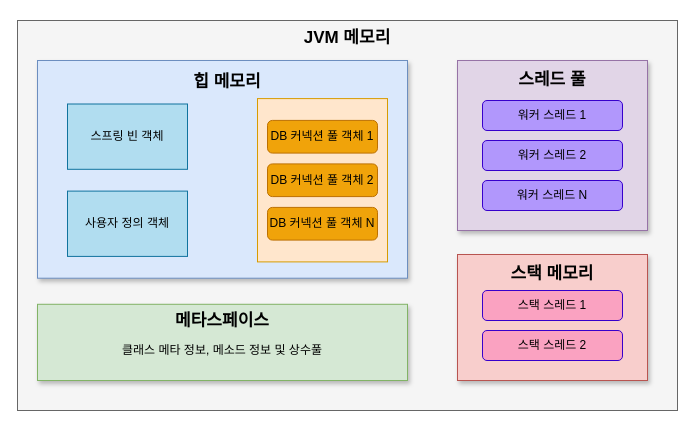
TreeStone94/drawio keeps this draw.io diagram as architecture/spring-memory.drawio. Above is the earlier version. Source tidied: cells renumbered, new cells numbered last; positions are measured from the earlier drawing's top-left corner, leaving out a move shared by most shapes. Both pictures are drawn from the tidied source at 100%, with x=0, y=0 at pixel (17, 16).
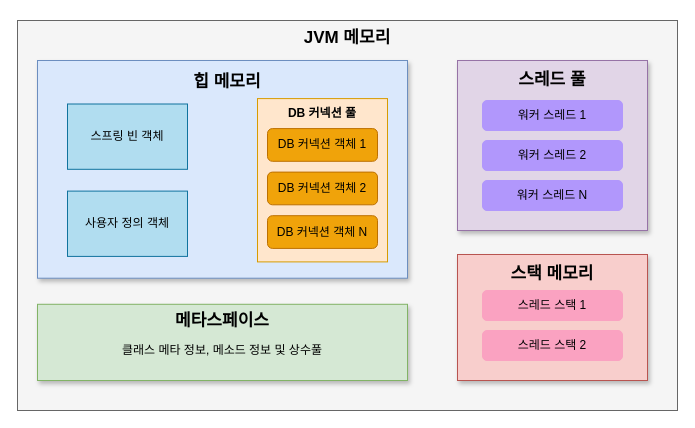
The same page after the edit.

Unchanged cells that the change refers to:
```xml
<mxCell id="3" style="group;" parent="1" vertex="1">
  <mxGeometry x="20" y="44" width="370" height="320" as="geometry" />
</mxCell>
```

Diff of the diagram source:
```diff
@@
     <mxCell id="8" style="group;" parent="3" vertex="1">
-      <mxGeometry x="220" y="38.1" width="130" height="163.3" as="geometry" />
+      <mxGeometry x="220" y="38.1" width="140" height="163.3" as="geometry" />
     </mxCell>
@@
-    <mxCell id="10" value="DB 커넥션 풀 객체 1" style="rounded=1;whiteSpace=wrap;html=1;fillColor=#f0a30a;fontColor=#000000;strokeColor=#BD7000;" parent="8" vertex="1">
-      <mxGeometry x="10" y="21.8" width="110" height="32.7" as="geometry" />
+    <mxCell id="10" value="DB 커넥션 객체 1" style="rounded=1;whiteSpace=wrap;html=1;fillColor=#f0a30a;fontColor=#000000;strokeColor=#BD7000;" parent="8" vertex="1">
+      <mxGeometry x="10" y="30" width="110" height="32.7" as="geometry" />
     </mxCell>
-    <mxCell id="11" value="DB 커넥션 풀 객체 2" style="rounded=1;whiteSpace=wrap;html=1;fillColor=#f0a30a;fontColor=#000000;strokeColor=#BD7000;" parent="8" vertex="1">
-      <mxGeometry x="10" y="65.3" width="110" height="32.7" as="geometry" />
+    <mxCell id="11" value="DB 커넥션 객체 2" style="rounded=1;whiteSpace=wrap;html=1;fillColor=#f0a30a;fontColor=#000000;strokeColor=#BD7000;" parent="8" vertex="1">
+      <mxGeometry x="10" y="73.5" width="110" height="32.7" as="geometry" />
     </mxCell>
-    <mxCell id="12" value="DB 커넥션 풀 객체 N" style="rounded=1;whiteSpace=wrap;html=1;fillColor=#f0a30a;fontColor=#000000;strokeColor=#BD7000;" parent="8" vertex="1">
-      <mxGeometry x="10" y="108.8" width="110" height="32.7" as="geometry" />
+    <mxCell id="12" value="DB 커넥션 객체 N" style="rounded=1;whiteSpace=wrap;html=1;fillColor=#f0a30a;fontColor=#000000;strokeColor=#BD7000;" parent="8" vertex="1">
+      <mxGeometry x="10" y="117.1" width="110" height="32.7" as="geometry" />
     </mxCell>
+    <mxCell id="25" value="&lt;b&gt;DB 커넥션 풀&lt;/b&gt;" style="text;html=1;align=center;verticalAlign=middle;whiteSpace=wrap;rounded=0;" parent="8" vertex="1">
+      <mxGeometry x="15" width="100" height="30" as="geometry" />
+    </mxCell>
@@
-    <mxCell id="19" value="&lt;font&gt;워커 스레드 1&lt;/font&gt;" style="rounded=1;whiteSpace=wrap;html=1;fillColor=#B197FC;fontColor=light-dark(#000000, #121212);strokeColor=#3700CC;" parent="1" vertex="1">
+    <mxCell id="19" value="&lt;font&gt;워커 스레드 1&lt;/font&gt;" style="rounded=1;whiteSpace=wrap;html=1;fillColor=#B197FC;fontColor=light-dark(#000000, #121212);strokeColor=#B197FC;" parent="1" vertex="1">
       <mxGeometry x="465" y="84" width="140" height="30" as="geometry" />
     </mxCell>
-    <mxCell id="20" value="&lt;font&gt;워커 스레드 2&lt;/font&gt;" style="rounded=1;whiteSpace=wrap;html=1;fillColor=#B197FC;fontColor=light-dark(#000000, #121212);strokeColor=#3700CC;" parent="1" vertex="1">
+    <mxCell id="20" value="&lt;font&gt;워커 스레드 2&lt;/font&gt;" style="rounded=1;whiteSpace=wrap;html=1;fillColor=#B197FC;fontColor=light-dark(#000000, #121212);strokeColor=#B197FC;" parent="1" vertex="1">
       <mxGeometry x="465" y="124" width="140" height="30" as="geometry" />
     </mxCell>
-    <mxCell id="21" value="&lt;font&gt;워커 스레드 N&lt;/font&gt;" style="rounded=1;whiteSpace=wrap;html=1;fillColor=#B197FC;fontColor=light-dark(#000000, #121212);strokeColor=#3700CC;" parent="1" vertex="1">
+    <mxCell id="21" value="&lt;font&gt;워커 스레드 N&lt;/font&gt;" style="rounded=1;whiteSpace=wrap;html=1;fillColor=#B197FC;fontColor=light-dark(#000000, #121212);strokeColor=#B197FC;" parent="1" vertex="1">
       <mxGeometry x="465" y="164" width="140" height="30" as="geometry" />
     </mxCell>
-    <mxCell id="22" value="스택 스레드 1" style="rounded=1;whiteSpace=wrap;html=1;fillColor=#FAA2C1;fontColor=light-dark(#000000, #121212);strokeColor=#3700CC;" parent="1" vertex="1">
+    <mxCell id="22" value="스레드 스택&amp;nbsp;1" style="rounded=1;whiteSpace=wrap;html=1;fillColor=#FAA2C1;fontColor=light-dark(#000000, #121212);strokeColor=#FAA2C1;" parent="1" vertex="1">
       <mxGeometry x="465" y="274" width="140" height="30" as="geometry" />
     </mxCell>
-    <mxCell id="23" value="&lt;font&gt;스택 스레드 2&lt;/font&gt;" style="rounded=1;whiteSpace=wrap;html=1;fillColor=#FAA2C1;fontColor=light-dark(#000000, #121212);strokeColor=#3700CC;" parent="1" vertex="1">
+    <mxCell id="23" value="&lt;font&gt;스레드 스택&amp;nbsp;2&lt;/font&gt;" style="rounded=1;whiteSpace=wrap;html=1;fillColor=#FAA2C1;fontColor=light-dark(#000000, #121212);strokeColor=#FAA2C1;" parent="1" vertex="1">
       <mxGeometry x="465" y="314" width="140" height="30" as="geometry" />
     </mxCell>
```
